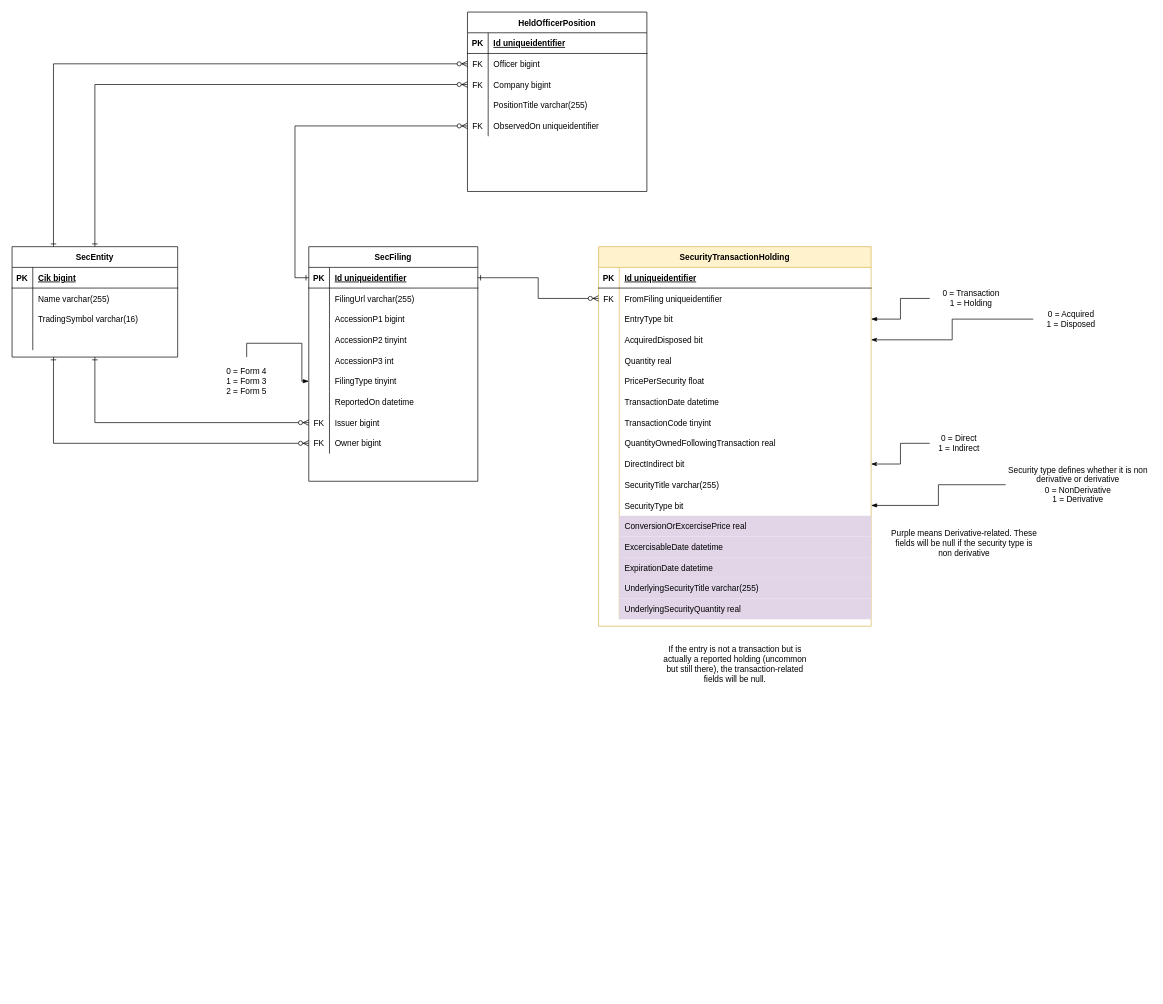
TimHanewich/Aletheia-Engine-Library keeps this draw.io diagram as page "Filing-Derived" (1 of 3) of AletheiaErd.drawio. Above is the earlier version. Source tidied: cells renumbered, new cells numbered last; positions are measured from the earlier drawing's top-left corner, leaving out a move shared by most shapes. Both pictures are drawn from the tidied source at 69%, with x=0, y=0 at pixel (12, 12).
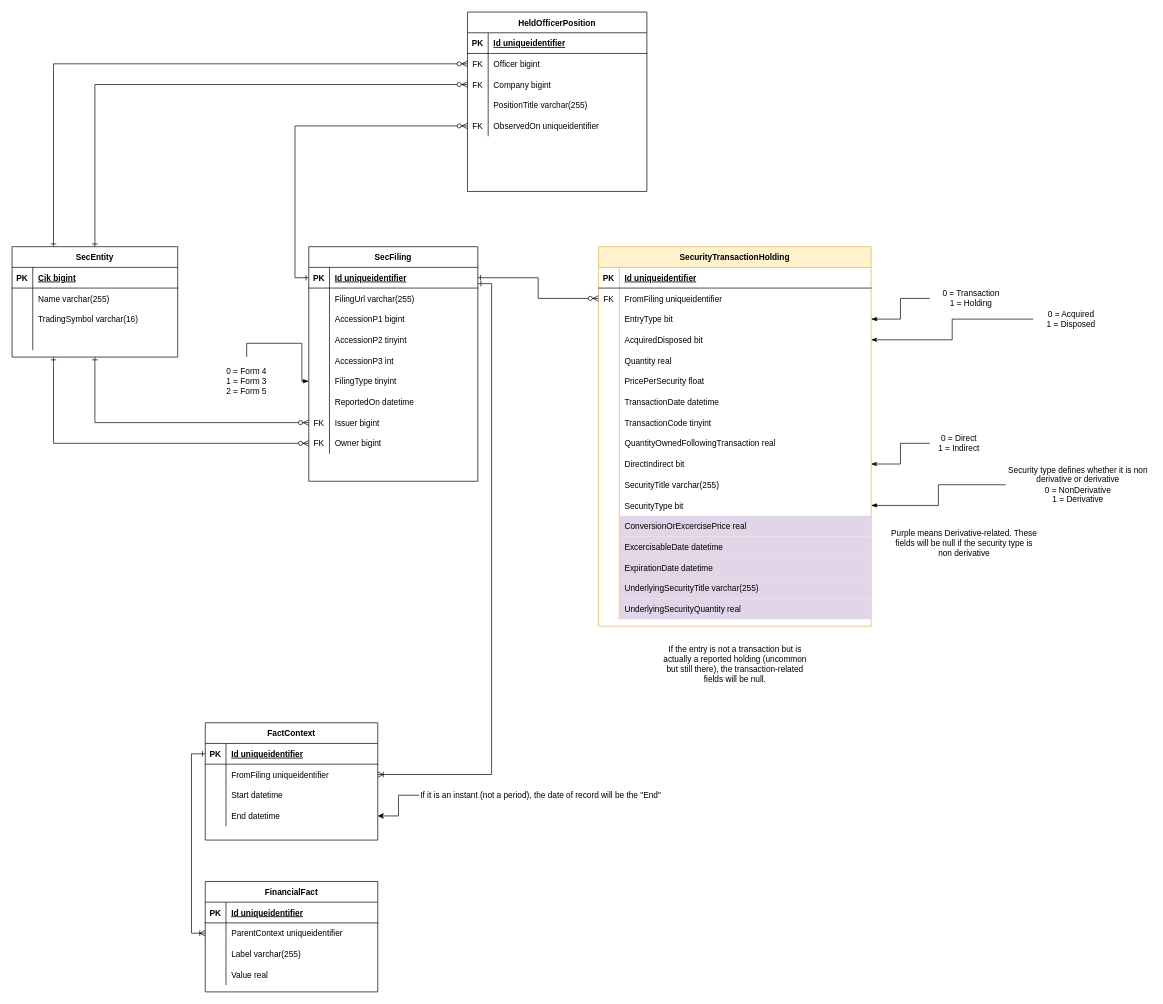
The same page after the edit.

Commit message:
Added fundamentals tables to ERD

The change refers to these unchanged cells:
```xml
<mxCell id="94" style="shape=partialRectangle;fillColor=none;top=0;left=0;bottom=1;right=0;points=[[0,0.5],[1,0.5]];portConstraint=eastwest;" parent="93" vertex="1">
  <mxGeometry y="30" width="245" height="30" as="geometry" />
</mxCell>
```

The edit, as a diff of the source:
```diff
@@
+    <mxCell id="129" value="FactContext" style="shape=table;startSize=30;childLayout=tableLayout;rowLines=0;fontStyle=1;align=center;" parent="1" vertex="1">
+      <mxGeometry x="280" y="1030" width="250" height="170" as="geometry" />
+    </mxCell>
+    <mxCell id="130" style="shape=partialRectangle;fillColor=none;top=0;left=0;bottom=1;right=0;points=[[0,0.5],[1,0.5]];portConstraint=eastwest;" parent="129" vertex="1">
+      <mxGeometry y="30" width="250" height="30" as="geometry" />
+    </mxCell>
+    <mxCell id="131" value="PK" style="shape=partialRectangle;fillColor=none;top=0;left=0;bottom=0;right=0;fontStyle=1;overflow=hidden;" parent="130" vertex="1">
+      <mxGeometry width="30" height="30" as="geometry" />
+    </mxCell>
+    <mxCell id="132" value="Id uniqueidentifier" style="shape=partialRectangle;fillColor=none;top=0;left=0;bottom=0;right=0;align=left;spacingLeft=6;fontStyle=5;overflow=hidden;" parent="130" vertex="1">
+      <mxGeometry x="30" width="220" height="30" as="geometry" />
+    </mxCell>
+    <mxCell id="133" style="shape=partialRectangle;fillColor=none;top=0;left=0;bottom=0;right=0;points=[[0,0.5],[1,0.5]];portConstraint=eastwest;" parent="129" vertex="1">
+      <mxGeometry y="60" width="250" height="30" as="geometry" />
+    </mxCell>
+    <mxCell id="134" style="shape=partialRectangle;fillColor=none;top=0;left=0;bottom=0;right=0;overflow=hidden;" parent="133" vertex="1">
+      <mxGeometry width="30" height="30" as="geometry" />
+    </mxCell>
+    <mxCell id="135" value="FromFiling uniqueidentifier" style="shape=partialRectangle;fillColor=none;top=0;left=0;bottom=0;right=0;align=left;spacingLeft=6;overflow=hidden;" parent="133" vertex="1">
+      <mxGeometry x="30" width="220" height="30" as="geometry" />
+    </mxCell>
+    <mxCell id="136" style="shape=partialRectangle;fillColor=none;top=0;left=0;bottom=0;right=0;" parent="129" vertex="1">
+      <mxGeometry y="90" width="250" height="30" as="geometry" />
+    </mxCell>
+    <mxCell id="137" style="shape=partialRectangle;fillColor=none;top=0;left=0;bottom=0;right=0;overflow=hidden;" parent="136" vertex="1">
+      <mxGeometry width="30" height="30" as="geometry" />
+    </mxCell>
+    <mxCell id="138" value="Start datetime" style="shape=partialRectangle;fillColor=none;top=0;left=0;bottom=0;right=0;align=left;spacingLeft=6;overflow=hidden;" parent="136" vertex="1">
+      <mxGeometry x="30" width="220" height="30" as="geometry" />
+    </mxCell>
+    <mxCell id="139" style="shape=partialRectangle;fillColor=none;top=0;left=0;bottom=0;right=0;points=[[0,0.5],[1,0.5]];portConstraint=eastwest;" parent="129" vertex="1">
+      <mxGeometry y="120" width="250" height="30" as="geometry" />
+    </mxCell>
+    <mxCell id="140" style="shape=partialRectangle;fillColor=none;top=0;left=0;bottom=0;right=0;overflow=hidden;" parent="139" vertex="1">
+      <mxGeometry width="30" height="30" as="geometry" />
+    </mxCell>
+    <mxCell id="141" value="End datetime" style="shape=partialRectangle;fillColor=none;top=0;left=0;bottom=0;right=0;align=left;spacingLeft=6;overflow=hidden;" parent="139" vertex="1">
+      <mxGeometry x="30" width="220" height="30" as="geometry" />
+    </mxCell>
+    <mxCell id="142" style="edgeStyle=orthogonalEdgeStyle;rounded=0;jettySize=auto;html=1;exitX=0;exitY=0.5;exitDx=0;exitDy=0;entryX=1;entryY=0.5;entryDx=0;entryDy=0;" parent="1" edge="1" source="143" target="139">
+      <mxGeometry relative="1" as="geometry" />
+    </mxCell>
+    <mxCell id="143" value="If it is an instant (not a period), the date of record will be the &quot;End&quot;" style="text;html=1;strokeColor=none;fillColor=none;align=left;verticalAlign=middle;whiteSpace=wrap;rounded=0;" parent="1" vertex="1">
+      <mxGeometry x="590" y="1125" width="357.5" height="20" as="geometry" />
+    </mxCell>
+    <mxCell id="144" value="FinancialFact" style="shape=table;startSize=30;childLayout=tableLayout;rowLines=0;fontStyle=1;align=center;" parent="1" vertex="1">
+      <mxGeometry x="280" y="1260" width="250" height="160" as="geometry" />
+    </mxCell>
+    <mxCell id="145" style="shape=partialRectangle;fillColor=none;top=0;left=0;bottom=1;right=0;" parent="144" vertex="1">
+      <mxGeometry y="30" width="250" height="30" as="geometry" />
+    </mxCell>
+    <mxCell id="146" value="PK" style="shape=partialRectangle;fillColor=none;top=0;left=0;bottom=0;right=0;fontStyle=1;overflow=hidden;" parent="145" vertex="1">
+      <mxGeometry width="30" height="30" as="geometry" />
+    </mxCell>
+    <mxCell id="147" value="Id uniqueidentifier" style="shape=partialRectangle;fillColor=none;top=0;left=0;bottom=0;right=0;align=left;spacingLeft=6;fontStyle=5;overflow=hidden;" parent="145" vertex="1">
+      <mxGeometry x="30" width="220" height="30" as="geometry" />
+    </mxCell>
+    <mxCell id="148" style="shape=partialRectangle;fillColor=none;top=0;left=0;bottom=0;right=0;points=[[0,0.5],[1,0.5]];portConstraint=eastwest;" parent="144" vertex="1">
+      <mxGeometry y="60" width="250" height="30" as="geometry" />
+    </mxCell>
+    <mxCell id="149" style="shape=partialRectangle;fillColor=none;top=0;left=0;bottom=0;right=0;overflow=hidden;" parent="148" vertex="1">
+      <mxGeometry width="30" height="30" as="geometry" />
+    </mxCell>
+    <mxCell id="150" value="ParentContext uniqueidentifier" style="shape=partialRectangle;fillColor=none;top=0;left=0;bottom=0;right=0;align=left;spacingLeft=6;overflow=hidden;" parent="148" vertex="1">
+      <mxGeometry x="30" width="220" height="30" as="geometry" />
+    </mxCell>
+    <mxCell id="151" style="shape=partialRectangle;fillColor=none;top=0;left=0;bottom=0;right=0;" parent="144" vertex="1">
+      <mxGeometry y="90" width="250" height="30" as="geometry" />
+    </mxCell>
+    <mxCell id="152" style="shape=partialRectangle;fillColor=none;top=0;left=0;bottom=0;right=0;overflow=hidden;" parent="151" vertex="1">
+      <mxGeometry width="30" height="30" as="geometry" />
+    </mxCell>
+    <mxCell id="153" value="Label varchar(255)" style="shape=partialRectangle;fillColor=none;top=0;left=0;bottom=0;right=0;align=left;spacingLeft=6;overflow=hidden;" parent="151" vertex="1">
+      <mxGeometry x="30" width="220" height="30" as="geometry" />
+    </mxCell>
+    <mxCell id="154" style="shape=partialRectangle;fillColor=none;top=0;left=0;bottom=0;right=0;" parent="144" vertex="1">
+      <mxGeometry y="120" width="250" height="30" as="geometry" />
+    </mxCell>
+    <mxCell id="155" style="shape=partialRectangle;fillColor=none;top=0;left=0;bottom=0;right=0;overflow=hidden;" parent="154" vertex="1">
+      <mxGeometry width="30" height="30" as="geometry" />
+    </mxCell>
+    <mxCell id="156" value="Value real" style="shape=partialRectangle;fillColor=none;top=0;left=0;bottom=0;right=0;align=left;spacingLeft=6;overflow=hidden;" parent="154" vertex="1">
+      <mxGeometry x="30" width="220" height="30" as="geometry" />
+    </mxCell>
+    <mxCell id="157" style="edgeStyle=orthogonalEdgeStyle;rounded=0;jettySize=auto;html=1;exitX=0;exitY=0.5;exitDx=0;exitDy=0;entryX=0;entryY=0.5;entryDx=0;entryDy=0;endArrow=ERone;endFill=0;startArrow=ERoneToMany;startFill=0;" parent="1" edge="1" source="148" target="130">
+      <mxGeometry relative="1" as="geometry" />
+    </mxCell>
+    <mxCell id="158" style="edgeStyle=orthogonalEdgeStyle;rounded=0;jettySize=auto;html=1;exitX=1;exitY=0.5;exitDx=0;exitDy=0;entryX=1.002;entryY=0.786;entryDx=0;entryDy=0;entryPerimeter=0;startArrow=ERoneToMany;startFill=0;endArrow=ERone;endFill=0;" parent="1" edge="1" source="133" target="94">
+      <mxGeometry relative="1" as="geometry" />
+    </mxCell>
```
